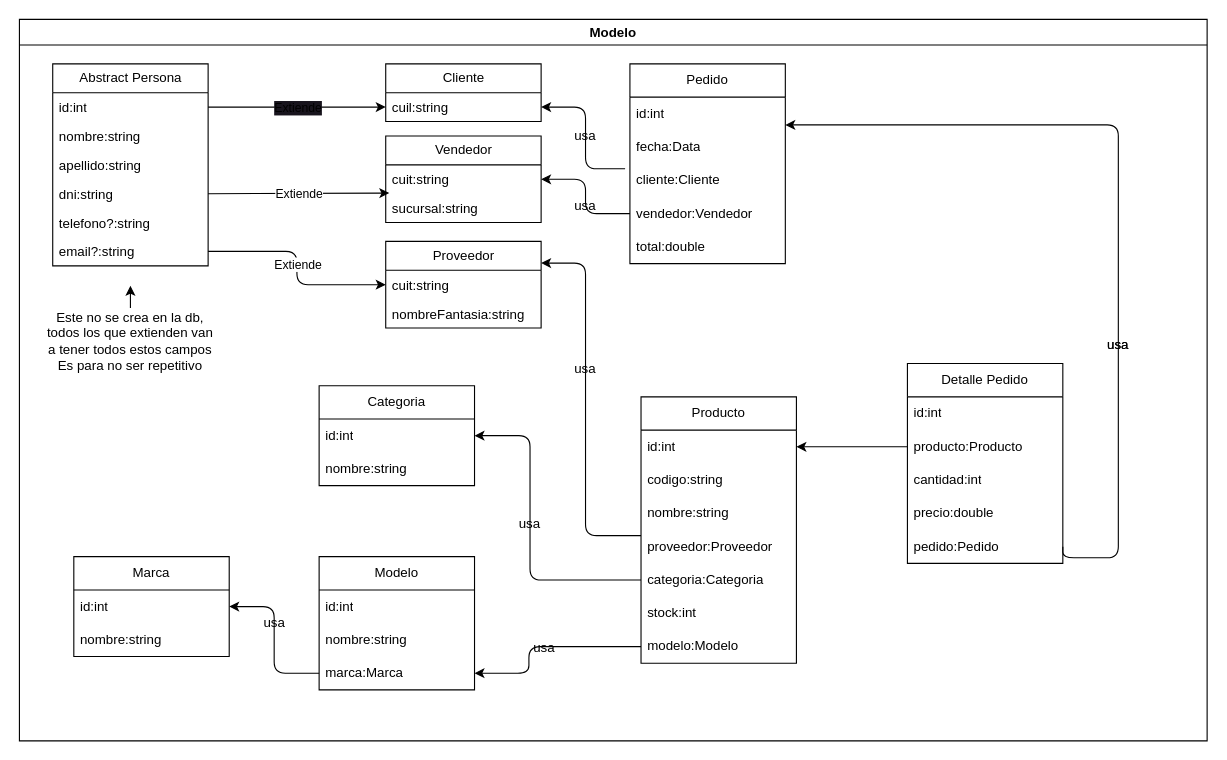
sirferra/venta-bici keeps this draw.io diagram as DER.drawio. Above is the earlier version. Source tidied: cells renumbered, new cells numbered last; positions are measured from the earlier drawing's top-left corner, leaving out a move shared by most shapes. Both pictures are drawn from the tidied source at 111%, with x=0, y=0 at pixel (19, 19).
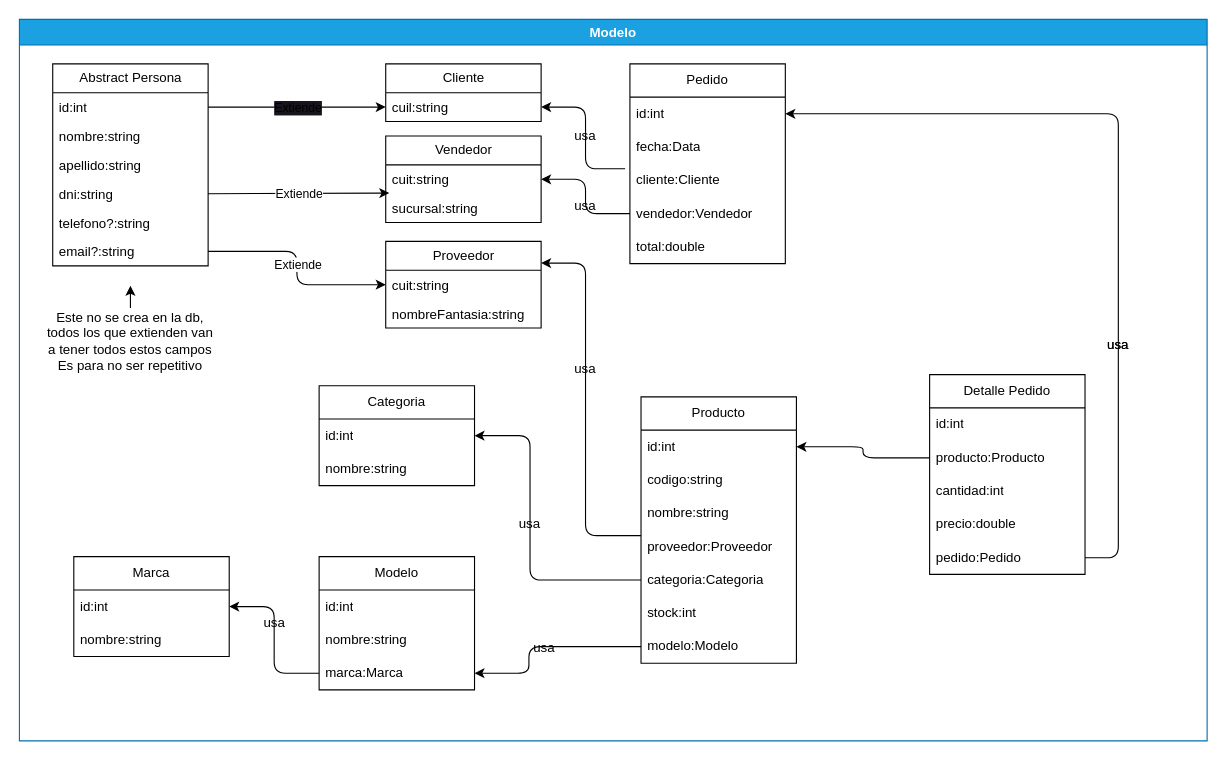
The same diagram, later.

The change refers to these unchanged cells:
```xml
<mxCell id="29" value="pedido:Pedido" style="text;strokeColor=none;fillColor=none;align=left;verticalAlign=middle;spacingLeft=4;spacingRight=4;overflow=hidden;points=[[0,0.5],[1,0.5]];portConstraint=eastwest;whiteSpace=wrap;html=1;" parent="24" vertex="1">
  <mxGeometry y="150" width="140" height="30" as="geometry" />
</mxCell>
<mxCell id="45" value="id:int" style="text;strokeColor=none;fillColor=none;align=left;verticalAlign=middle;spacingLeft=4;spacingRight=4;overflow=hidden;points=[[0,0.5],[1,0.5]];portConstraint=eastwest;whiteSpace=wrap;html=1;" parent="44" vertex="1">
  <mxGeometry y="30" width="140" height="30" as="geometry" />
</mxCell>
```

Diff of the diagram source:
```diff
@@
-    <mxCell id="2" value="Modelo" style="swimlane;" parent="1" vertex="1">
+    <mxCell id="2" value="Modelo" style="swimlane;fillColor=#1ba1e2;fontColor=#ffffff;strokeColor=#006EAF;" parent="1" vertex="1">
       <mxGeometry width="1070" height="650" as="geometry" />
     </mxCell>
@@
     <mxCell id="24" value="Detalle Pedido" style="swimlane;fontStyle=0;horizontal=1;startSize=30;whiteSpace=wrap;html=1;" parent="2" vertex="1">
-      <mxGeometry x="800" y="310" width="140" height="180" as="geometry" />
+      <mxGeometry x="820" y="320" width="140" height="180" as="geometry" />
     </mxCell>
@@
     <mxCell id="50" style="edgeStyle=orthogonalEdgeStyle;html=1;exitX=1;exitY=0.5;exitDx=0;exitDy=0;" parent="2" edge="1" source="29" target="45">
       <mxGeometry relative="1" as="geometry">
         <Array as="points">
-          <mxPoint x="940" y="485" />
           <mxPoint x="990" y="485" />
-          <mxPoint x="990" y="95" />
+          <mxPoint x="990" y="85" />
         </Array>
       </mxGeometry>
     </mxCell>
```
